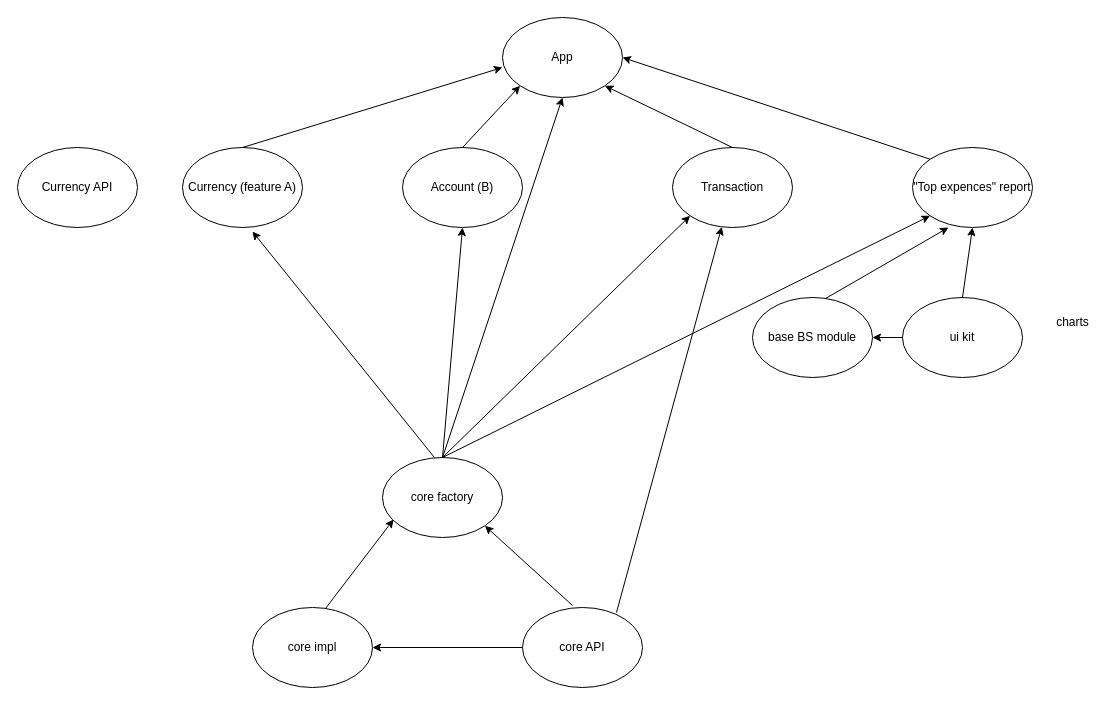
Earlier version of the draw.io diagram Диаграмма без названия.drawio (nikman/moneymate). Source tidied: cells renumbered, new cells numbered last; positions are measured from the earlier drawing's top-left corner, leaving out a move shared by most shapes. Both pictures are drawn from the tidied source at 100%, with x=0, y=0 at pixel (17, 17).
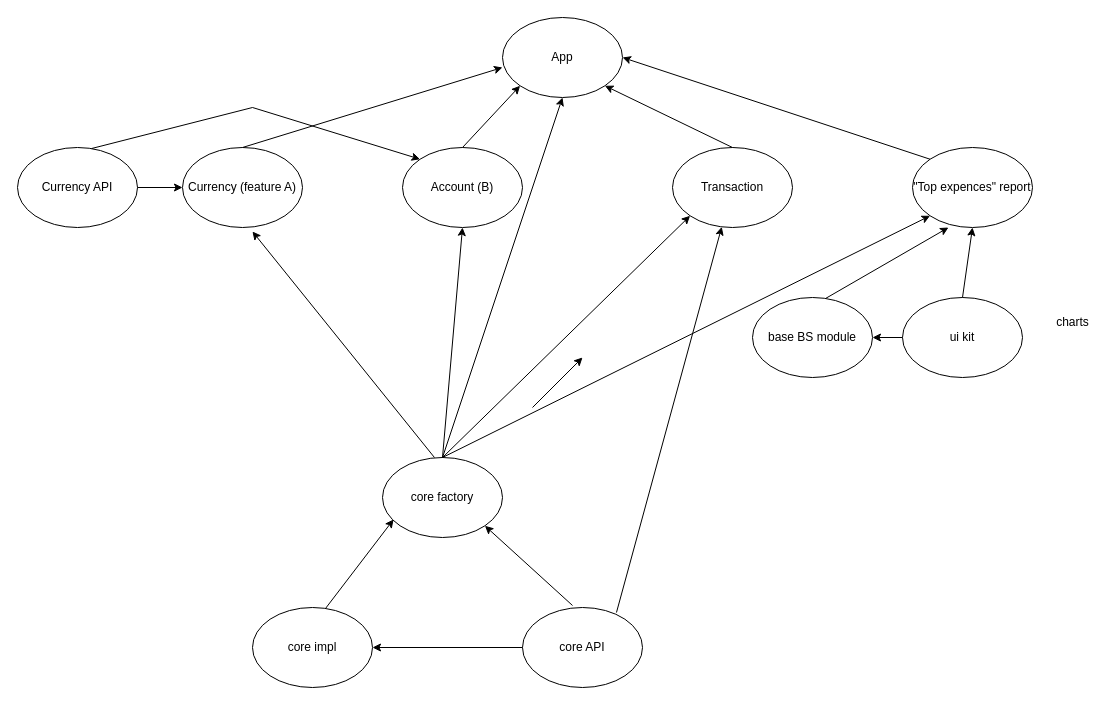
The same page after the edit.

The change refers to these unchanged cells:
```xml
<mxCell id="3" value="Currency (feature A)" style="ellipse;whiteSpace=wrap;html=1;" parent="1" vertex="1">
  <mxGeometry x="165" y="130" width="120" height="80" as="geometry" />
</mxCell>
<mxCell id="4" value="Account (B)" style="ellipse;whiteSpace=wrap;html=1;" parent="1" vertex="1">
  <mxGeometry x="385" y="130" width="120" height="80" as="geometry" />
</mxCell>
<mxCell id="28" value="Currency API" style="ellipse;whiteSpace=wrap;html=1;" parent="1" vertex="1">
  <mxGeometry y="130" width="120" height="80" as="geometry" />
</mxCell>
```

Change to the diagram source:
```diff
@@
+    <mxCell id="30" style="endArrow=classic;html=1;rounded=0;exitX=1;exitY=0.5;exitDx=0;exitDy=0;entryX=0;entryY=0.5;entryDx=0;entryDy=0;" parent="1" edge="1" source="28" target="3">
+      <mxGeometry relative="1" as="geometry" />
+    </mxCell>
+    <mxCell id="31" style="endArrow=classic;html=1;rounded=0;" parent="1" edge="1">
+      <mxGeometry relative="1" as="geometry">
+        <mxPoint x="515" y="390" as="sourcePoint" />
+        <mxPoint x="565" y="340" as="targetPoint" />
+      </mxGeometry>
+    </mxCell>
+    <mxCell id="32" style="endArrow=classic;html=1;rounded=0;exitX=0.617;exitY=0.013;exitDx=0;exitDy=0;exitPerimeter=0;entryX=0;entryY=0;entryDx=0;entryDy=0;" parent="1" edge="1" source="28" target="4">
+      <mxGeometry relative="1" as="geometry">
+        <Array as="points">
+          <mxPoint x="235" y="90" />
+        </Array>
+      </mxGeometry>
+    </mxCell>
```
